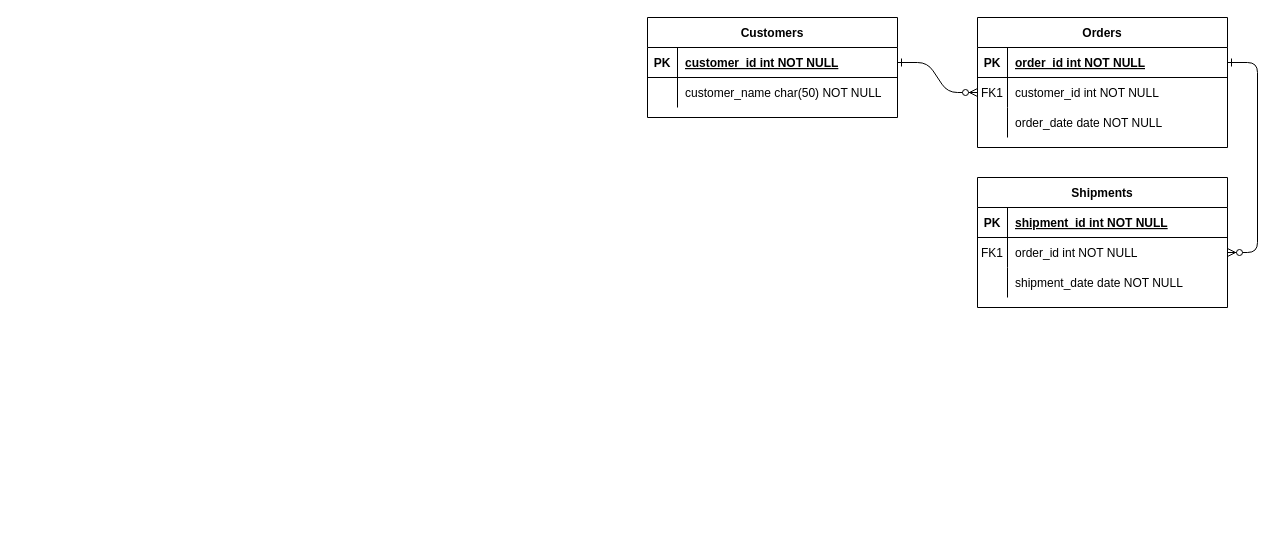
This is AI代码审查.drawio from JohnZhang-RD/draw, a draw.io file, before an edit. Source tidied: cells renumbered, new cells numbered last; positions are measured from the earlier drawing's top-left corner, leaving out a move shared by most shapes. Both pictures are drawn from the tidied source at 100%, with x=0, y=0 at pixel (647, 17).
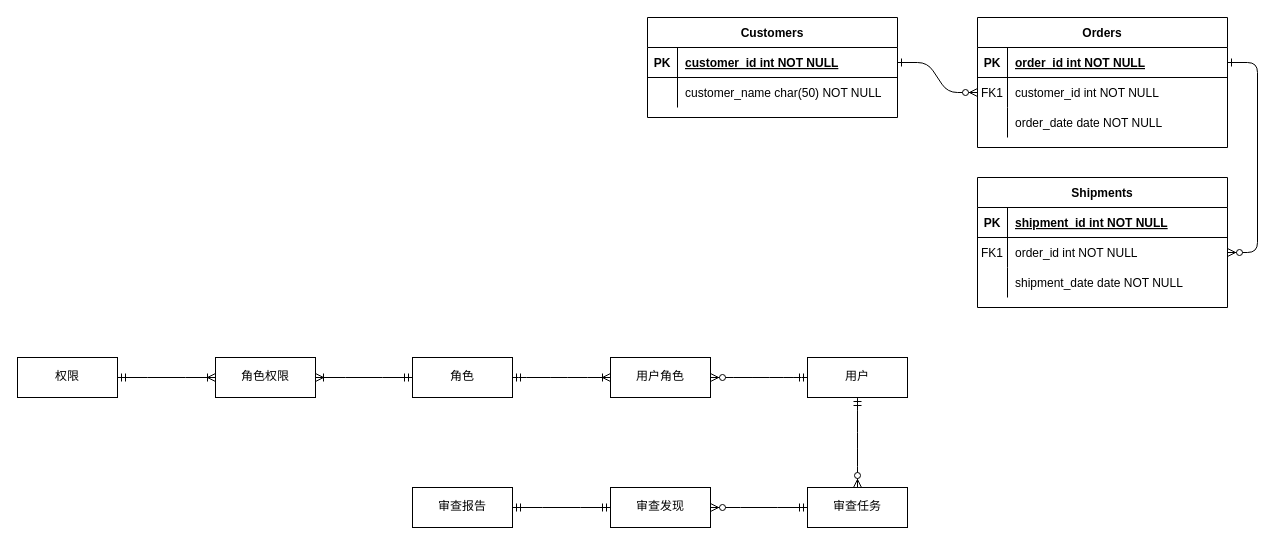
After the change.

Commit message:
更新AI代码审查.drawio

The edit, as a diff of the source:
```diff
@@
+    <mxCell id="31" value="用户" style="whiteSpace=wrap;html=1;align=center;hachureGap=4;fontFamily=Architects Daughter;" parent="1" vertex="1">
+      <mxGeometry x="160" y="340" width="100" height="40" as="geometry" />
+    </mxCell>
+    <mxCell id="32" value="角色" style="whiteSpace=wrap;html=1;align=center;hachureGap=4;strokeColor=default;verticalAlign=middle;fontFamily=Architects Daughter;fontSize=12;fontColor=default;fillColor=default;" parent="1" vertex="1">
+      <mxGeometry x="-235" y="340" width="100" height="40" as="geometry" />
+    </mxCell>
+    <mxCell id="33" value="权限" style="whiteSpace=wrap;html=1;align=center;hachureGap=4;strokeColor=default;verticalAlign=middle;fontFamily=Architects Daughter;fontSize=12;fontColor=default;fillColor=default;" parent="1" vertex="1">
+      <mxGeometry x="-630" y="340" width="100" height="40" as="geometry" />
+    </mxCell>
+    <mxCell id="34" value="用户角色" style="whiteSpace=wrap;html=1;align=center;hachureGap=4;strokeColor=default;verticalAlign=middle;fontFamily=Architects Daughter;fontSize=12;fontColor=default;fillColor=default;" parent="1" vertex="1">
+      <mxGeometry x="-37" y="340" width="100" height="40" as="geometry" />
+    </mxCell>
+    <mxCell id="35" value="角色权限" style="whiteSpace=wrap;html=1;align=center;hachureGap=4;strokeColor=default;verticalAlign=middle;fontFamily=Architects Daughter;fontSize=12;fontColor=default;fillColor=default;" parent="1" vertex="1">
+      <mxGeometry x="-432" y="340" width="100" height="40" as="geometry" />
+    </mxCell>
+    <mxCell id="36" value="审查任务" style="whiteSpace=wrap;html=1;align=center;hachureGap=4;strokeColor=default;verticalAlign=middle;fontFamily=Architects Daughter;fontSize=12;fontColor=default;fillColor=default;" parent="1" vertex="1">
+      <mxGeometry x="160" y="470" width="100" height="40" as="geometry" />
+    </mxCell>
+    <mxCell id="37" style="edgeStyle=orthogonalEdgeStyle;fontSize=12;html=1;endArrow=ERzeroToMany;startArrow=ERmandOne;rounded=0;hachureGap=4;strokeColor=default;align=center;verticalAlign=middle;fontFamily=Architects Daughter;fontColor=default;labelBackgroundColor=default;exitX=0;exitY=0.5;exitDx=0;exitDy=0;entryX=1;entryY=0.5;entryDx=0;entryDy=0;curved=1;" parent="1" edge="1" source="31" target="34">
+      <mxGeometry relative="1" as="geometry" />
+    </mxCell>
+    <mxCell id="38" style="edgeStyle=orthogonalEdgeStyle;fontSize=12;html=1;endArrow=ERoneToMany;startArrow=ERmandOne;rounded=0;hachureGap=4;strokeColor=default;align=center;verticalAlign=middle;fontFamily=Architects Daughter;fontColor=default;labelBackgroundColor=default;entryX=0;entryY=0.5;entryDx=0;entryDy=0;curved=1;exitX=1;exitY=0.5;exitDx=0;exitDy=0;" parent="1" edge="1" source="32" target="34">
+      <mxGeometry relative="1" as="geometry" />
+    </mxCell>
+    <mxCell id="39" style="edgeStyle=entityRelationEdgeStyle;fontSize=12;html=1;endArrow=ERoneToMany;startArrow=ERmandOne;rounded=0;hachureGap=4;strokeColor=default;align=center;verticalAlign=middle;fontFamily=Architects Daughter;fontColor=default;labelBackgroundColor=default;entryX=1;entryY=0.5;entryDx=0;entryDy=0;exitX=0;exitY=0.5;exitDx=0;exitDy=0;" parent="1" edge="1" source="32" target="35">
+      <mxGeometry relative="1" as="geometry" />
+    </mxCell>
+    <mxCell id="40" style="edgeStyle=entityRelationEdgeStyle;fontSize=12;html=1;endArrow=ERoneToMany;startArrow=ERmandOne;rounded=0;hachureGap=4;strokeColor=default;align=center;verticalAlign=middle;fontFamily=Architects Daughter;fontColor=default;labelBackgroundColor=default;entryX=0;entryY=0.5;entryDx=0;entryDy=0;exitX=1;exitY=0.5;exitDx=0;exitDy=0;" parent="1" edge="1" source="33" target="35">
+      <mxGeometry relative="1" as="geometry" />
+    </mxCell>
+    <mxCell id="41" style="edgeStyle=orthogonalEdgeStyle;fontSize=12;html=1;endArrow=ERzeroToMany;startArrow=ERmandOne;rounded=0;hachureGap=4;strokeColor=default;align=center;verticalAlign=middle;fontFamily=Architects Daughter;fontColor=default;labelBackgroundColor=default;entryX=0.5;entryY=0;entryDx=0;entryDy=0;exitX=0.5;exitY=1;exitDx=0;exitDy=0;curved=1;" parent="1" edge="1" source="31" target="36">
+      <mxGeometry relative="1" as="geometry" />
+    </mxCell>
+    <mxCell id="42" value="审查发现" style="whiteSpace=wrap;html=1;align=center;hachureGap=4;fontFamily=Architects Daughter;fontSize=12;fontColor=default;labelBackgroundColor=default;" parent="1" vertex="1">
+      <mxGeometry x="-37" y="470" width="100" height="40" as="geometry" />
+    </mxCell>
+    <mxCell id="43" value="审查报告" style="whiteSpace=wrap;html=1;align=center;hachureGap=4;strokeColor=default;verticalAlign=middle;fontFamily=Architects Daughter;fontSize=12;fontColor=default;labelBackgroundColor=default;fillColor=default;" parent="1" vertex="1">
+      <mxGeometry x="-235" y="470" width="100" height="40" as="geometry" />
+    </mxCell>
+    <mxCell id="44" style="edgeStyle=entityRelationEdgeStyle;fontSize=12;html=1;endArrow=ERzeroToMany;startArrow=ERmandOne;rounded=0;hachureGap=4;strokeColor=default;align=center;verticalAlign=middle;fontFamily=Architects Daughter;fontColor=default;labelBackgroundColor=default;entryX=1;entryY=0.5;entryDx=0;entryDy=0;exitX=0;exitY=0.5;exitDx=0;exitDy=0;" parent="1" edge="1" source="36" target="42">
+      <mxGeometry relative="1" as="geometry" />
+    </mxCell>
+    <mxCell id="45" style="edgeStyle=entityRelationEdgeStyle;fontSize=12;html=1;endArrow=ERmandOne;startArrow=ERmandOne;rounded=0;hachureGap=4;strokeColor=default;align=center;verticalAlign=middle;fontFamily=Architects Daughter;fontColor=default;labelBackgroundColor=default;entryX=0;entryY=0.5;entryDx=0;entryDy=0;exitX=1;exitY=0.5;exitDx=0;exitDy=0;" parent="1" edge="1" source="43" target="42">
+      <mxGeometry relative="1" as="geometry" />
+    </mxCell>
```
